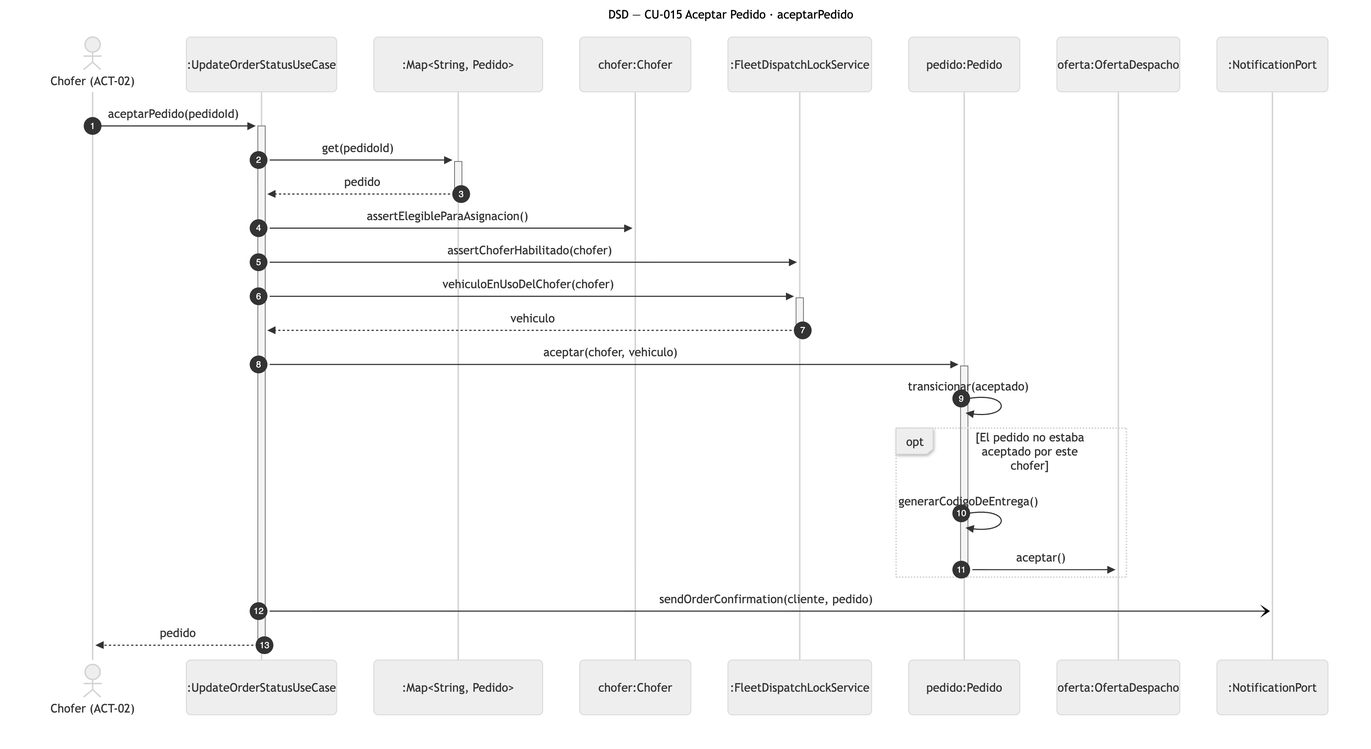
Above: diagramas/png/DSD_CU-015_aceptarPedido.png in Nahuelito-Dev/splg-docs (Mermaid), before the change. Its source is kept beside it as diagramas/DSD_CU-015_aceptarPedido.mmd. Its diagram source:
```mermaid
sequenceDiagram
    title DSD — CU-015 Aceptar Pedido · aceptarPedido
    autonumber
    actor CHF as Chofer (ACT-02)
    participant UCS as :UpdateOrderStatusUseCase
    participant PEDS as :Map#lt;String, Pedido#gt;
    participant CHO as chofer:Chofer
    participant FLK as :FleetDispatchLockService
    participant PED as pedido:Pedido
    participant OFE as oferta:OfertaDespacho
    participant NOT as :NotificationPort

    CHF->>+UCS: aceptarPedido(pedidoId)
    UCS->>+PEDS: get(pedidoId)
    PEDS-->>-UCS: pedido
    UCS->>CHO: assertElegibleParaAsignacion()
    UCS->>FLK: assertChoferHabilitado(chofer)
    UCS->>+FLK: vehiculoEnUsoDelChofer(chofer)
    FLK-->>-UCS: vehiculo
    UCS->>+PED: aceptar(chofer, vehiculo)
    PED->>PED: transicionar(aceptado)
    opt El pedido no estaba aceptado por este chofer
        PED->>PED: generarCodigoDeEntrega()
        PED->>OFE: aceptar()
    end
    deactivate PED
    UCS-)NOT: sendOrderConfirmation(cliente, pedido)
    UCS-->>-CHF: pedido
```
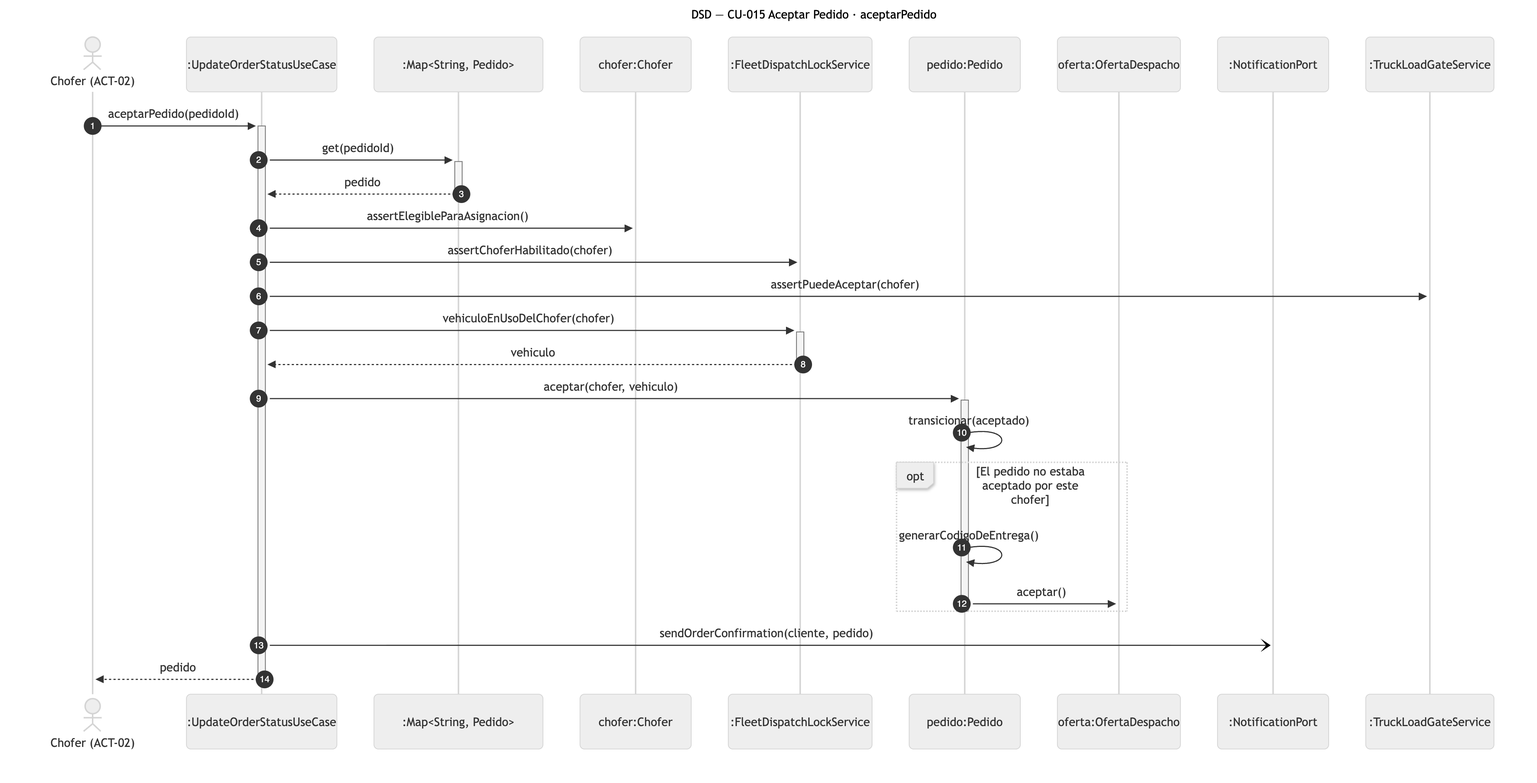
The same diagram one commit later.

The edit, as a diff of the source:
```diff
@@ -9,12 +9,14 @@
     participant PED as pedido:Pedido
     participant OFE as oferta:OfertaDespacho
     participant NOT as :NotificationPort
+    participant TLG as :TruckLoadGateService
 
     CHF->>+UCS: aceptarPedido(pedidoId)
     UCS->>+PEDS: get(pedidoId)
     PEDS-->>-UCS: pedido
     UCS->>CHO: assertElegibleParaAsignacion()
     UCS->>FLK: assertChoferHabilitado(chofer)
+    UCS->>TLG: assertPuedeAceptar(chofer)
     UCS->>+FLK: vehiculoEnUsoDelChofer(chofer)
     FLK-->>-UCS: vehiculo
     UCS->>+PED: aceptar(chofer, vehiculo)
```
